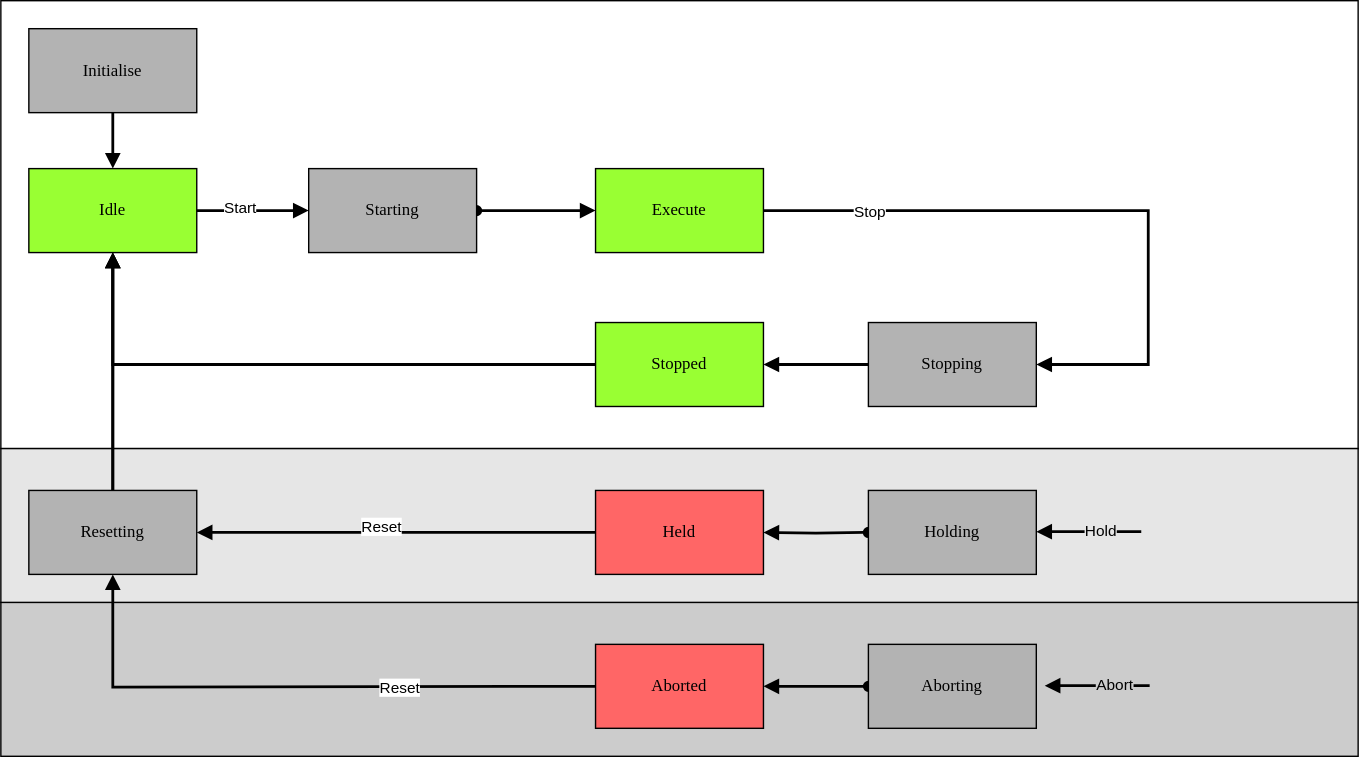
Above: docs/StateMachine.drawio.svg in PeterZerlauth/Tc3_Component (draw.io), before the change. Source tidied: cells renumbered, new cells last; positions are measured from the earlier drawing's top-left corner, leaving out a move shared by most shapes.
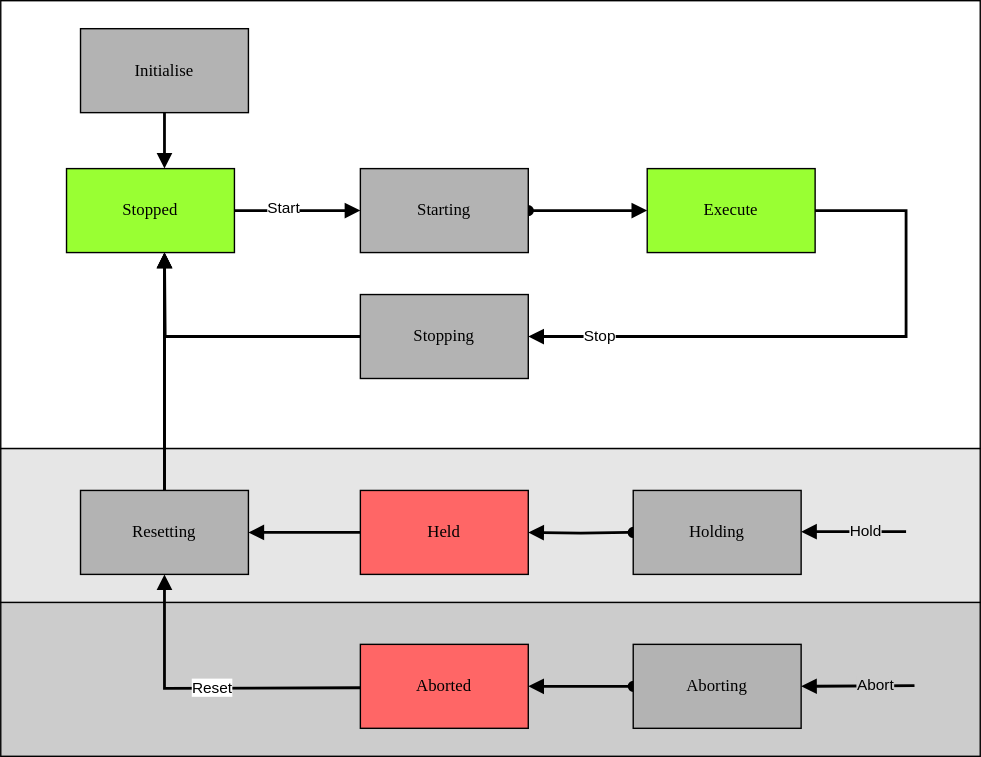
Above is the later version.

The edit, as a diff of the source:
```diff
@@ -3,38 +3,37 @@
     <mxCell id="0" />
     <mxCell id="1" parent="0" />
     <mxCell id="2" style="rounded=0;whiteSpace=wrap;html=1;fontFamily=Helvetica;fontSize=11;fontColor=default;labelBackgroundColor=default;fillColor=#CCCCCC;" parent="1" vertex="1">
-      <mxGeometry y="430" width="970" height="110" as="geometry" />
+      <mxGeometry y="430" width="700" height="110" as="geometry" />
     </mxCell>
     <mxCell id="3" style="rounded=0;whiteSpace=wrap;html=1;fontFamily=Helvetica;fontSize=11;fontColor=default;labelBackgroundColor=default;fillColor=#E6E6E6;" parent="1" vertex="1">
-      <mxGeometry y="320" width="970" height="110" as="geometry" />
+      <mxGeometry y="320" width="700" height="110" as="geometry" />
     </mxCell>
     <mxCell id="4" style="rounded=0;whiteSpace=wrap;html=1;fontFamily=Helvetica;fontSize=11;fontColor=default;labelBackgroundColor=default;fillColor=#FFFFFF;" parent="1" vertex="1">
-      <mxGeometry width="970" height="320" as="geometry" />
+      <mxGeometry width="700" height="320" as="geometry" />
     </mxCell>
     <mxCell id="5" value="Execute" style="rounded=0;whiteSpace=wrap;html=1;arcSize=24;fillColor=#99FF33;strokeColor=#000000;shadow=0;comic=0;labelBackgroundColor=none;fontFamily=Verdana;fontSize=12;fontColor=#000000;align=center;" parent="1" vertex="1">
-      <mxGeometry x="425" y="120" width="120" height="60" as="geometry" />
+      <mxGeometry x="462" y="120" width="120" height="60" as="geometry" />
     </mxCell>
-    <mxCell id="6" style="edgeStyle=orthogonalEdgeStyle;rounded=0;jettySize=auto;html=1;strokeColor=default;align=center;verticalAlign=middle;fontFamily=Helvetica;fontSize=11;fontColor=default;labelBackgroundColor=default;endArrow=block;endFill=1;entryX=0;entryY=0.5;entryDx=0;entryDy=0;strokeWidth=2;" parent="1" edge="1" source="8" target="15">
+    <mxCell id="6" style="edgeStyle=orthogonalEdgeStyle;rounded=0;jettySize=auto;html=1;strokeColor=default;align=center;verticalAlign=middle;fontFamily=Helvetica;fontSize=11;fontColor=default;labelBackgroundColor=default;endArrow=block;endFill=1;entryX=0;entryY=0.5;entryDx=0;entryDy=0;strokeWidth=2;exitX=1;exitY=0.5;exitDx=0;exitDy=0;" parent="1" edge="1" source="22" target="15">
       <mxGeometry relative="1" as="geometry" />
     </mxCell>
     <mxCell id="7" value="Start" style="edgeLabel;html=1;align=center;verticalAlign=middle;fontFamily=Helvetica;fontSize=11;fontColor=default;labelBackgroundColor=#FFFFFF;" parent="6" vertex="1">
       <mxGeometry x="-0.25" y="3" relative="1" as="geometry" />
     </mxCell>
-    <mxCell id="8" value="Idle" style="rounded=0;whiteSpace=wrap;html=1;arcSize=24;fillColor=#99FF33;strokeColor=#000000;shadow=0;comic=0;labelBackgroundColor=none;fontFamily=Verdana;fontSize=12;fontColor=#000000;align=center;" parent="1" vertex="1">
-      <mxGeometry x="20" y="120" width="120" height="60" as="geometry" />
-    </mxCell>
-    <mxCell id="9" style="edgeStyle=orthogonalEdgeStyle;rounded=0;jettySize=auto;html=1;entryX=0.5;entryY=1;entryDx=0;entryDy=0;strokeColor=default;align=center;verticalAlign=middle;fontFamily=Helvetica;fontSize=11;fontColor=default;labelBackgroundColor=default;endArrow=block;endFill=1;strokeWidth=2;" parent="1" edge="1" source="35" target="8">
-      <mxGeometry relative="1" as="geometry" />
+    <mxCell id="9" style="edgeStyle=orthogonalEdgeStyle;rounded=0;jettySize=auto;html=1;entryX=0.5;entryY=1;entryDx=0;entryDy=0;strokeColor=default;align=center;verticalAlign=middle;fontFamily=Helvetica;fontSize=11;fontColor=default;labelBackgroundColor=default;endArrow=block;endFill=1;strokeWidth=2;" parent="1" edge="1" source="35">
+      <mxGeometry relative="1" as="geometry">
+        <mxPoint x="117" y="180" as="targetPoint" />
+      </mxGeometry>
     </mxCell>
     <mxCell id="10" value="Held" style="rounded=0;whiteSpace=wrap;html=1;arcSize=24;fillColor=#FF6666;strokeColor=#000000;shadow=0;comic=0;labelBackgroundColor=none;fontFamily=Verdana;fontSize=12;fontColor=#000000;align=center;" parent="1" vertex="1">
-      <mxGeometry x="425" y="350" width="120" height="60" as="geometry" />
+      <mxGeometry x="257" y="350" width="120" height="60" as="geometry" />
     </mxCell>
     <mxCell id="11" value="Aborted" style="rounded=0;whiteSpace=wrap;html=1;arcSize=24;fillColor=#FF6666;strokeColor=#000000;shadow=0;comic=0;labelBackgroundColor=none;fontFamily=Verdana;fontSize=12;fontColor=#000000;align=center;" parent="1" vertex="1">
-      <mxGeometry x="425" y="460" width="120" height="60" as="geometry" />
+      <mxGeometry x="257" y="460" width="120" height="60" as="geometry" />
     </mxCell>
     <mxCell id="12" style="edgeStyle=orthogonalEdgeStyle;rounded=0;jettySize=auto;html=1;strokeColor=default;align=center;verticalAlign=middle;fontFamily=Helvetica;fontSize=11;fontColor=default;labelBackgroundColor=default;endArrow=block;endFill=1;strokeWidth=2;startArrow=oval;startFill=1;" parent="1" edge="1" target="10">
       <mxGeometry relative="1" as="geometry">
-        <mxPoint x="620" y="380" as="sourcePoint" />
+        <mxPoint x="452" y="380" as="sourcePoint" />
       </mxGeometry>
     </mxCell>
     <mxCell id="13" style="edgeStyle=orthogonalEdgeStyle;rounded=0;jettySize=auto;html=1;strokeColor=default;align=center;verticalAlign=middle;fontFamily=Helvetica;fontSize=11;fontColor=default;labelBackgroundColor=default;endArrow=block;endFill=1;strokeWidth=2;startArrow=oval;startFill=1;exitX=0;exitY=0.5;exitDx=0;exitDy=0;" parent="1" edge="1" source="17" target="11">
@@ -44,18 +43,18 @@
       <mxGeometry relative="1" as="geometry" />
     </mxCell>
     <mxCell id="15" value="Starting" style="rounded=0;whiteSpace=wrap;html=1;arcSize=24;fillColor=#B3B3B3;strokeColor=#000000;shadow=0;comic=0;labelBackgroundColor=none;fontFamily=Verdana;fontSize=12;fontColor=#000000;align=center;" parent="1" vertex="1">
-      <mxGeometry x="220" y="120" width="120" height="60" as="geometry" />
+      <mxGeometry x="257" y="120" width="120" height="60" as="geometry" />
     </mxCell>
     <mxCell id="16" value="Holding" style="rounded=0;whiteSpace=wrap;html=1;arcSize=24;fillColor=#B3B3B3;strokeColor=#000000;shadow=0;comic=0;labelBackgroundColor=none;fontFamily=Verdana;fontSize=12;fontColor=#000000;align=center;" parent="1" vertex="1">
-      <mxGeometry x="620" y="350" width="120" height="60" as="geometry" />
+      <mxGeometry x="452" y="350" width="120" height="60" as="geometry" />
     </mxCell>
     <mxCell id="17" value="Aborting" style="rounded=0;whiteSpace=wrap;html=1;arcSize=24;fillColor=#B3B3B3;strokeColor=#000000;shadow=0;comic=0;labelBackgroundColor=none;fontFamily=Verdana;fontSize=12;fontColor=#000000;align=center;" parent="1" vertex="1">
-      <mxGeometry x="620" y="460" width="120" height="60" as="geometry" />
+      <mxGeometry x="452" y="460" width="120" height="60" as="geometry" />
     </mxCell>
     <mxCell id="18" style="edgeStyle=orthogonalEdgeStyle;rounded=0;orthogonalLoop=1;jettySize=auto;html=1;strokeColor=default;align=center;verticalAlign=middle;fontFamily=Helvetica;fontSize=11;fontColor=default;labelBackgroundColor=default;endArrow=block;endFill=1;strokeWidth=2;" parent="1" edge="1">
       <mxGeometry relative="1" as="geometry">
-        <mxPoint x="815" y="379.5" as="sourcePoint" />
-        <mxPoint x="740" y="379.5" as="targetPoint" />
+        <mxPoint x="647" y="379.5" as="sourcePoint" />
+        <mxPoint x="572" y="379.5" as="targetPoint" />
       </mxGeometry>
     </mxCell>
     <mxCell id="19" value="Hold" style="edgeLabel;html=1;align=center;verticalAlign=middle;fontFamily=Helvetica;fontSize=11;fontColor=default;labelBackgroundColor=#E6E6E6;" parent="18" vertex="1">
@@ -63,10 +62,9 @@
         <mxPoint y="-4" as="offset" />
       </mxGeometry>
     </mxCell>
-    <mxCell id="20" style="edgeStyle=orthogonalEdgeStyle;rounded=0;orthogonalLoop=1;jettySize=auto;html=1;strokeColor=default;align=center;verticalAlign=middle;fontFamily=Helvetica;fontSize=11;fontColor=default;labelBackgroundColor=default;endArrow=block;endFill=1;strokeWidth=2;" parent="1" edge="1">
+    <mxCell id="20" style="edgeStyle=orthogonalEdgeStyle;rounded=0;jettySize=auto;html=1;strokeColor=default;align=center;verticalAlign=middle;fontFamily=Helvetica;fontSize=11;fontColor=default;labelBackgroundColor=default;endArrow=block;endFill=1;strokeWidth=2;entryX=1;entryY=0.5;entryDx=0;entryDy=0;" parent="1" edge="1" target="17">
       <mxGeometry relative="1" as="geometry">
-        <mxPoint x="821" y="489.5" as="sourcePoint" />
-        <mxPoint x="746" y="489.5" as="targetPoint" />
+        <mxPoint x="653" y="489.5" as="sourcePoint" />
       </mxGeometry>
     </mxCell>
     <mxCell id="21" value="Abort" style="edgeLabel;html=1;align=center;verticalAlign=middle;fontFamily=Helvetica;fontSize=11;fontColor=default;labelBackgroundColor=#CCCCCC;" parent="20" vertex="1">
@@ -75,60 +73,67 @@
       </mxGeometry>
     </mxCell>
     <mxCell id="22" value="Stopped" style="rounded=0;whiteSpace=wrap;html=1;arcSize=24;fillColor=#99FF33;strokeColor=#000000;shadow=0;comic=0;labelBackgroundColor=none;fontFamily=Verdana;fontSize=12;fontColor=#000000;align=center;" parent="1" vertex="1">
-      <mxGeometry x="425" y="230" width="120" height="60" as="geometry" />
+      <mxGeometry x="47" y="120" width="120" height="60" as="geometry" />
     </mxCell>
     <mxCell id="23" value="Stopping" style="rounded=0;whiteSpace=wrap;html=1;arcSize=24;fillColor=#B3B3B3;strokeColor=#000000;shadow=0;comic=0;labelBackgroundColor=none;fontFamily=Verdana;fontSize=12;fontColor=#000000;align=center;" parent="1" vertex="1">
-      <mxGeometry x="620" y="230" width="120" height="60" as="geometry" />
+      <mxGeometry x="257" y="210" width="120" height="60" as="geometry" />
     </mxCell>
-    <mxCell id="24" style="edgeStyle=orthogonalEdgeStyle;rounded=0;jettySize=auto;html=1;strokeColor=default;align=center;verticalAlign=middle;fontFamily=Helvetica;fontSize=11;fontColor=default;labelBackgroundColor=default;endArrow=block;endFill=1;strokeWidth=2;exitX=0;exitY=0.5;exitDx=0;exitDy=0;entryX=1;entryY=0.5;entryDx=0;entryDy=0;" parent="1" edge="1" source="23" target="22">
-      <mxGeometry relative="1" as="geometry" />
-    </mxCell>
-    <mxCell id="25" style="edgeStyle=orthogonalEdgeStyle;rounded=0;jettySize=auto;html=1;strokeColor=default;align=center;verticalAlign=middle;fontFamily=Helvetica;fontSize=11;fontColor=default;labelBackgroundColor=default;endArrow=block;endFill=1;strokeWidth=2;entryX=0.5;entryY=1;entryDx=0;entryDy=0;" parent="1" edge="1" source="35" target="8">
-      <mxGeometry relative="1" as="geometry" />
+    <mxCell id="25" style="edgeStyle=orthogonalEdgeStyle;rounded=0;jettySize=auto;html=1;strokeColor=default;align=center;verticalAlign=middle;fontFamily=Helvetica;fontSize=11;fontColor=default;labelBackgroundColor=default;endArrow=block;endFill=1;strokeWidth=2;entryX=0.5;entryY=1;entryDx=0;entryDy=0;" parent="1" edge="1" source="35">
+      <mxGeometry relative="1" as="geometry">
+        <mxPoint x="117" y="180" as="targetPoint" />
+      </mxGeometry>
     </mxCell>
     <mxCell id="26" style="edgeStyle=orthogonalEdgeStyle;rounded=0;jettySize=auto;html=1;strokeColor=default;align=center;verticalAlign=middle;fontFamily=Helvetica;fontSize=11;fontColor=default;labelBackgroundColor=default;endArrow=block;endFill=1;strokeWidth=2;entryX=1;entryY=0.5;entryDx=0;entryDy=0;exitX=1;exitY=0.5;exitDx=0;exitDy=0;" parent="1" edge="1" source="5" target="23">
       <mxGeometry relative="1" as="geometry">
         <Array as="points">
-          <mxPoint x="820" y="150" />
-          <mxPoint x="820" y="260" />
+          <mxPoint x="647" y="150" />
+          <mxPoint x="647" y="240" />
         </Array>
       </mxGeometry>
     </mxCell>
     <mxCell id="27" value="Stop" style="edgeLabel;html=1;align=center;verticalAlign=middle;fontFamily=Helvetica;fontSize=11;fontColor=default;labelBackgroundColor=#FFFFFF;" parent="26" vertex="1">
       <mxGeometry x="-0.2" y="3" relative="1" as="geometry">
-        <mxPoint x="-111" y="3" as="offset" />
+        <mxPoint x="-205" y="-4" as="offset" />
       </mxGeometry>
     </mxCell>
-    <mxCell id="28" style="edgeStyle=orthogonalEdgeStyle;rounded=0;jettySize=auto;html=1;strokeColor=default;align=center;verticalAlign=middle;fontFamily=Helvetica;fontSize=11;fontColor=default;labelBackgroundColor=default;endArrow=block;endFill=1;strokeWidth=2;exitX=0;exitY=0.5;exitDx=0;exitDy=0;entryX=0.5;entryY=1;entryDx=0;entryDy=0;" parent="1" edge="1" source="22" target="8">
-      <mxGeometry relative="1" as="geometry" />
-    </mxCell>
     <mxCell id="29" style="edgeStyle=orthogonalEdgeStyle;rounded=0;jettySize=auto;html=1;strokeColor=default;align=center;verticalAlign=middle;fontFamily=Helvetica;fontSize=11;fontColor=default;labelBackgroundColor=default;endArrow=block;endFill=1;strokeWidth=2;entryX=0.5;entryY=1;entryDx=0;entryDy=0;" parent="1" edge="1" target="35">
       <mxGeometry relative="1" as="geometry">
-        <mxPoint x="425" y="490" as="sourcePoint" />
+        <mxPoint x="257" y="491" as="sourcePoint" />
       </mxGeometry>
     </mxCell>
     <mxCell id="30" value="Reset" style="edgeLabel;html=1;align=center;verticalAlign=middle;" parent="29" vertex="1">
-      <mxGeometry x="-0.34" relative="1" as="geometry" />
+      <mxGeometry x="-0.34" relative="1" as="geometry">
+        <mxPoint x="-34" y="-1" as="offset" />
+      </mxGeometry>
     </mxCell>
     <mxCell id="31" value="Initialise" style="rounded=0;whiteSpace=wrap;html=1;arcSize=24;fillColor=#B3B3B3;strokeColor=#000000;shadow=0;comic=0;labelBackgroundColor=none;fontFamily=Verdana;fontSize=12;fontColor=#000000;align=center;" parent="1" vertex="1">
-      <mxGeometry x="20" y="20" width="120" height="60" as="geometry" />
+      <mxGeometry x="57" y="20" width="120" height="60" as="geometry" />
     </mxCell>
-    <mxCell id="32" style="edgeStyle=orthogonalEdgeStyle;rounded=0;jettySize=auto;html=1;strokeColor=default;align=center;verticalAlign=middle;fontFamily=Helvetica;fontSize=11;fontColor=default;labelBackgroundColor=default;endArrow=block;endFill=1;strokeWidth=2;entryX=0.5;entryY=0;entryDx=0;entryDy=0;exitX=0.5;exitY=1;exitDx=0;exitDy=0;" parent="1" edge="1" source="31" target="8">
-      <mxGeometry relative="1" as="geometry" />
+    <mxCell id="32" style="edgeStyle=orthogonalEdgeStyle;rounded=0;jettySize=auto;html=1;strokeColor=default;align=center;verticalAlign=middle;fontFamily=Helvetica;fontSize=11;fontColor=default;labelBackgroundColor=default;endArrow=block;endFill=1;strokeWidth=2;entryX=0.5;entryY=0;entryDx=0;entryDy=0;exitX=0.5;exitY=1;exitDx=0;exitDy=0;" parent="1" edge="1" source="31">
+      <mxGeometry relative="1" as="geometry">
+        <mxPoint x="117" y="120" as="targetPoint" />
+      </mxGeometry>
     </mxCell>
     <mxCell id="33" style="edgeStyle=orthogonalEdgeStyle;rounded=0;jettySize=auto;html=1;entryX=1;entryY=0.5;entryDx=0;entryDy=0;strokeColor=default;align=center;verticalAlign=middle;fontFamily=Helvetica;fontSize=11;fontColor=default;labelBackgroundColor=default;endArrow=block;endFill=1;strokeWidth=2;" parent="1" edge="1" source="10" target="35">
       <mxGeometry relative="1" as="geometry">
         <Array as="points">
-          <mxPoint x="230" y="380" />
-          <mxPoint x="230" y="380" />
+          <mxPoint x="267" y="380" />
+          <mxPoint x="267" y="380" />
         </Array>
       </mxGeometry>
     </mxCell>
     <mxCell id="34" value="Reset" style="edgeLabel;html=1;align=center;verticalAlign=middle;" parent="33" vertex="1">
-      <mxGeometry x="0.08" y="-5" relative="1" as="geometry" />
+      <mxGeometry x="0.08" y="-5" relative="1" as="geometry">
+        <mxPoint x="-101" y="3" as="offset" />
+      </mxGeometry>
     </mxCell>
     <mxCell id="35" value="Resetting" style="rounded=0;whiteSpace=wrap;html=1;arcSize=24;fillColor=#B3B3B3;strokeColor=#000000;shadow=0;comic=0;labelBackgroundColor=none;fontFamily=Verdana;fontSize=12;fontColor=#000000;align=center;" parent="1" vertex="1">
-      <mxGeometry x="20" y="350" width="120" height="60" as="geometry" />
+      <mxGeometry x="57" y="350" width="120" height="60" as="geometry" />
     </mxCell>
+    <mxCell id="36" style="edgeStyle=orthogonalEdgeStyle;rounded=0;jettySize=auto;html=1;strokeColor=default;align=center;verticalAlign=middle;fontFamily=Helvetica;fontSize=11;fontColor=default;labelBackgroundColor=default;endArrow=block;endFill=1;strokeWidth=2;exitX=0;exitY=0.5;exitDx=0;exitDy=0;" parent="1" edge="1" source="23">
+      <mxGeometry relative="1" as="geometry">
+        <mxPoint x="117" y="180" as="targetPoint" />
+      </mxGeometry>
+    </mxCell>
   </root>
 </mxGraphModel>
```
